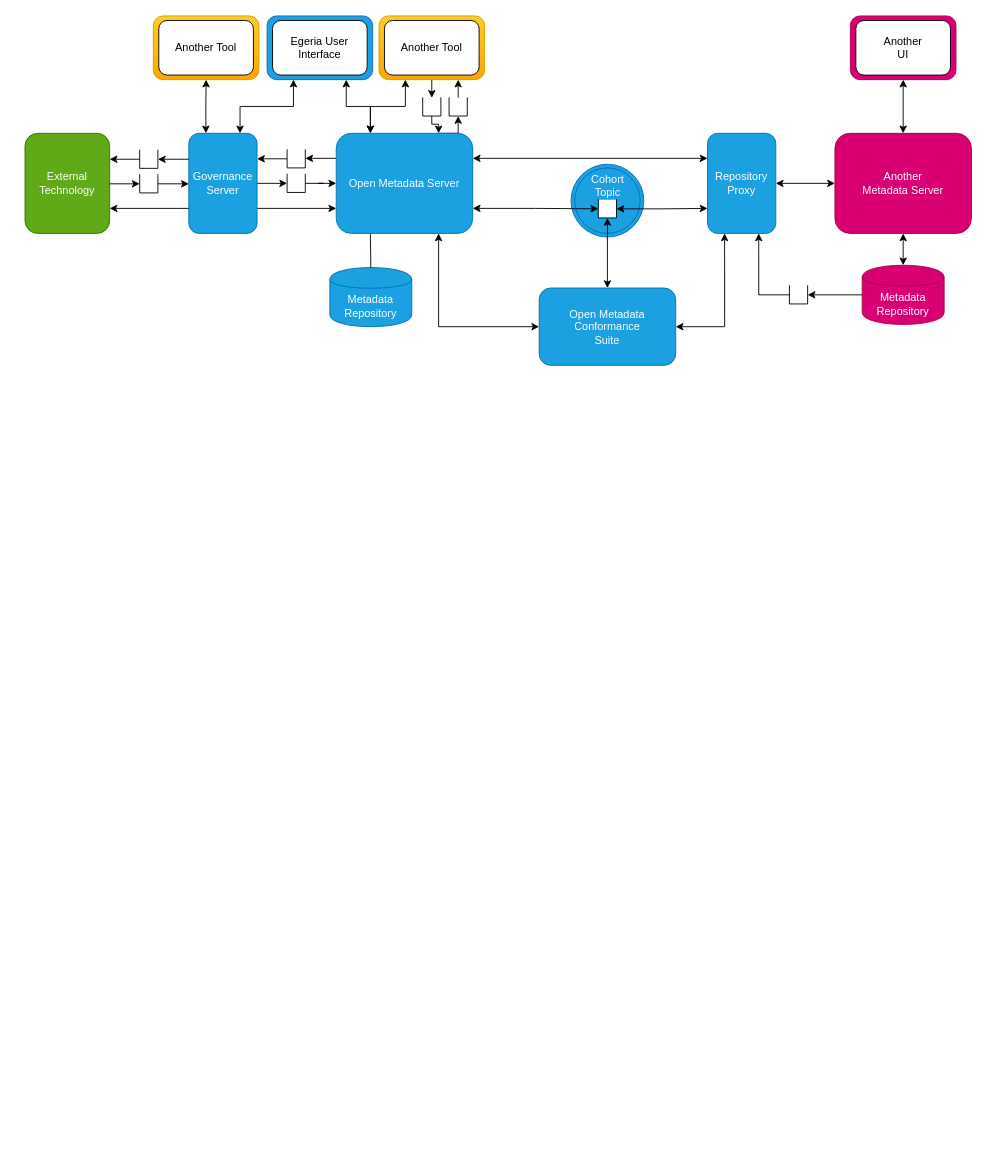
planetf1/egeria keeps this draw.io diagram as page "server-ecosystem" (6 of 19) of open-metadata-implementation/admin-services/docs/egeria-operations.drawio. Above is the earlier version. Source tidied: cells renumbered, new cells numbered last; positions are measured from the earlier drawing's top-left corner, leaving out a move shared by most shapes. Both pictures are drawn from the tidied source at 91%, with x=0, y=0 at pixel (25, 15).
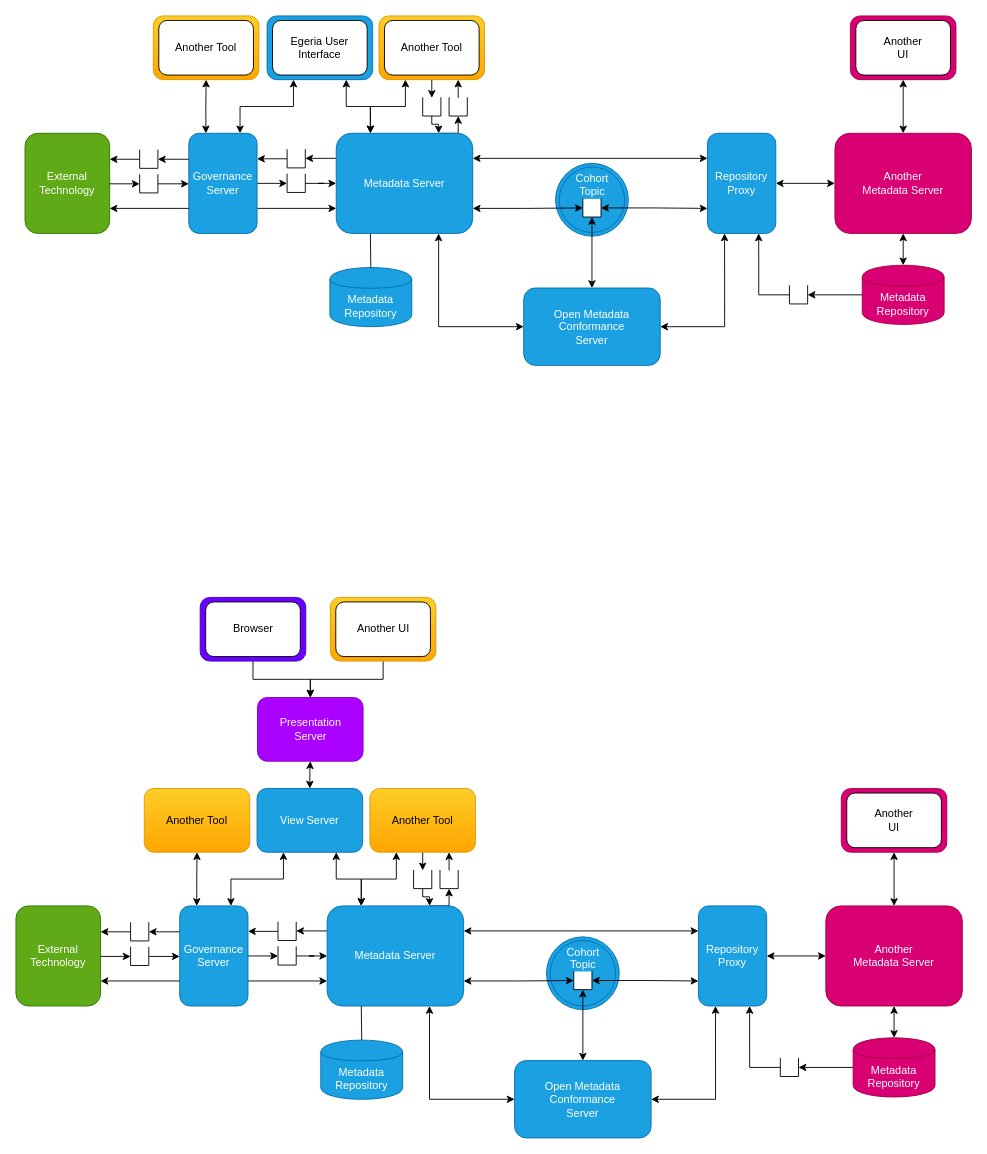
Above is the later version.

What changed in the source:
```diff
@@
-    <mxCell id="12" value="Open Metadata Server" style="rounded=1;whiteSpace=wrap;html=1;fillColor=#1ba1e2;strokeColor=#006EAF;fontColor=#ffffff;" parent="1" vertex="1">
+    <mxCell id="12" value="Metadata Server" style="rounded=1;whiteSpace=wrap;html=1;fillColor=#1ba1e2;strokeColor=#006EAF;fontColor=#ffffff;" parent="1" vertex="1">
       <mxGeometry x="342" y="129" width="150" height="110" as="geometry" />
     </mxCell>
@@
     <mxCell id="27" style="ellipse;shape=doubleEllipse;whiteSpace=wrap;html=1;fillColor=#1ba1e2;strokeColor=#006EAF;fontColor=#ffffff;" parent="1" vertex="1">
-      <mxGeometry x="600" y="163" width="80" height="80" as="geometry" />
+      <mxGeometry x="583" y="162" width="80" height="80" as="geometry" />
     </mxCell>
@@
     <mxCell id="29" style="shape=partialRectangle;whiteSpace=wrap;html=1;bottom=1;right=1;left=1;top=0;routingCenterX=-0.5;" parent="1" vertex="1">
-      <mxGeometry x="630" y="202" width="20" height="20" as="geometry" />
+      <mxGeometry x="613" y="201" width="20" height="20" as="geometry" />
     </mxCell>
@@
     <mxCell id="31" value="&lt;div style=&quot;text-align: center&quot;&gt;&lt;span&gt;Cohort&lt;/span&gt;&lt;/div&gt;&lt;div style=&quot;text-align: center&quot;&gt;&lt;span&gt;Topic&lt;/span&gt;&lt;/div&gt;" style="text;html=1;align=center;verticalAlign=top;spacingTop=-4;fontColor=#FFFFFF;" parent="1" vertex="1">
-      <mxGeometry x="615" y="170" width="50" height="30" as="geometry" />
+      <mxGeometry x="598" y="169" width="50" height="30" as="geometry" />
     </mxCell>
@@
-    <mxCell id="49" value="Open Metadata Conformance&lt;br&gt;Suite&lt;br&gt;" style="rounded=1;whiteSpace=wrap;html=1;fillColor=#1ba1e2;strokeColor=#006EAF;fontColor=#ffffff;" parent="1" vertex="1">
-      <mxGeometry x="565" y="299" width="150" height="85" as="geometry" />
+    <mxCell id="49" value="Open Metadata Conformance&lt;br&gt;Server" style="rounded=1;whiteSpace=wrap;html=1;fillColor=#1ba1e2;strokeColor=#006EAF;fontColor=#ffffff;" parent="1" vertex="1">
+      <mxGeometry x="548" y="299" width="150" height="85" as="geometry" />
     </mxCell>
@@
+    <mxCell id="58" style="edgeStyle=orthogonalEdgeStyle;rounded=0;jettySize=auto;html=1;entryX=0.25;entryY=0;entryDx=0;entryDy=0;startArrow=classic;startFill=1;endArrow=classic;endFill=1;exitX=0.75;exitY=1;exitDx=0;exitDy=0;" parent="1" edge="1" source="118" target="67">
+      <mxGeometry relative="1" as="geometry" />
+    </mxCell>
+    <mxCell id="59" style="edgeStyle=orthogonalEdgeStyle;rounded=0;jettySize=auto;html=1;exitX=0.25;exitY=1;exitDx=0;exitDy=0;startArrow=classic;startFill=1;endArrow=classic;endFill=1;entryX=0.75;entryY=0;entryDx=0;entryDy=0;" parent="1" edge="1" source="118" target="71">
+      <mxGeometry relative="1" as="geometry" />
+    </mxCell>
+    <mxCell id="60" value="Presentation&lt;br&gt;Server" style="rounded=1;whiteSpace=wrap;html=1;fillColor=#aa00ff;strokeColor=#7700CC;fontColor=#ffffff;" parent="1" vertex="1">
+      <mxGeometry x="255.5" y="749" width="116" height="70" as="geometry" />
+    </mxCell>
+    <mxCell id="61" value="Metadata&lt;br&gt;Repository&lt;br&gt;" style="shape=cylinder;whiteSpace=wrap;html=1;boundedLbl=1;backgroundOutline=1;fillColor=#1ba1e2;strokeColor=#006EAF;fontColor=#ffffff;" parent="1" vertex="1">
+      <mxGeometry x="325" y="1125.5" width="90" height="65" as="geometry" />
+    </mxCell>
+    <mxCell id="62" style="edgeStyle=orthogonalEdgeStyle;rounded=0;jettySize=auto;html=1;exitX=0.25;exitY=1;exitDx=0;exitDy=0;endArrow=none;endFill=0;entryX=0.5;entryY=0;entryDx=0;entryDy=0;" parent="1" edge="1" source="67" target="61">
+      <mxGeometry relative="1" as="geometry" />
+    </mxCell>
+    <mxCell id="63" style="edgeStyle=orthogonalEdgeStyle;rounded=0;jettySize=auto;html=1;exitX=0.75;exitY=0;exitDx=0;exitDy=0;entryX=0.5;entryY=1;entryDx=0;entryDy=0;endArrow=classic;endFill=1;" parent="1" edge="1" source="67" target="76">
+      <mxGeometry relative="1" as="geometry" />
+    </mxCell>
+    <mxCell id="64" style="edgeStyle=orthogonalEdgeStyle;rounded=0;jettySize=auto;html=1;exitX=0;exitY=0.25;exitDx=0;exitDy=0;entryX=1;entryY=0.5;entryDx=0;entryDy=0;endArrow=classic;endFill=1;" parent="1" edge="1" source="67" target="78">
+      <mxGeometry relative="1" as="geometry" />
+    </mxCell>
+    <mxCell id="65" style="edgeStyle=orthogonalEdgeStyle;rounded=0;jettySize=auto;html=1;entryX=0;entryY=0.25;entryDx=0;entryDy=0;startArrow=classic;startFill=1;endArrow=classic;endFill=1;exitX=1;exitY=0.25;exitDx=0;exitDy=0;" parent="1" edge="1" source="67" target="90">
+      <mxGeometry relative="1" as="geometry" />
+    </mxCell>
+    <mxCell id="66" style="edgeStyle=orthogonalEdgeStyle;rounded=0;jettySize=auto;html=1;exitX=0.75;exitY=0;exitDx=0;exitDy=0;entryX=0.5;entryY=1;entryDx=0;entryDy=0;startArrow=classic;startFill=1;endArrow=none;endFill=0;" parent="1" edge="1" source="67" target="103">
+      <mxGeometry relative="1" as="geometry">
+        <Array as="points">
+          <mxPoint x="445" y="968" />
+          <mxPoint x="437" y="968" />
+        </Array>
+      </mxGeometry>
+    </mxCell>
+    <mxCell id="67" value="Metadata Server" style="rounded=1;whiteSpace=wrap;html=1;fillColor=#1ba1e2;strokeColor=#006EAF;fontColor=#ffffff;" parent="1" vertex="1">
+      <mxGeometry x="332" y="978" width="150" height="110" as="geometry" />
+    </mxCell>
+    <mxCell id="68" style="edgeStyle=orthogonalEdgeStyle;rounded=0;jettySize=auto;html=1;exitX=1;exitY=0.5;exitDx=0;exitDy=0;entryX=0;entryY=0.5;entryDx=0;entryDy=0;endArrow=classic;endFill=1;" parent="1" edge="1" source="71" target="80">
+      <mxGeometry relative="1" as="geometry" />
+    </mxCell>
+    <mxCell id="69" style="edgeStyle=orthogonalEdgeStyle;rounded=0;jettySize=auto;html=1;exitX=1;exitY=0.75;exitDx=0;exitDy=0;entryX=0;entryY=0.75;entryDx=0;entryDy=0;endArrow=classic;endFill=1;" parent="1" edge="1" source="71" target="67">
+      <mxGeometry relative="1" as="geometry" />
+    </mxCell>
+    <mxCell id="70" style="edgeStyle=orthogonalEdgeStyle;rounded=0;jettySize=auto;html=1;exitX=0.25;exitY=0;exitDx=0;exitDy=0;entryX=0.5;entryY=1;entryDx=0;entryDy=0;startArrow=classic;startFill=1;endArrow=classic;endFill=1;" parent="1" edge="1" source="71" target="98">
+      <mxGeometry relative="1" as="geometry" />
+    </mxCell>
+    <mxCell id="71" value="Governance&lt;br&gt;Server" style="rounded=1;whiteSpace=wrap;html=1;fillColor=#1ba1e2;strokeColor=#006EAF;fontColor=#ffffff;" parent="1" vertex="1">
+      <mxGeometry x="170" y="978" width="75" height="110" as="geometry" />
+    </mxCell>
+    <mxCell id="72" style="edgeStyle=orthogonalEdgeStyle;rounded=0;jettySize=auto;html=1;exitX=0.25;exitY=1;exitDx=0;exitDy=0;entryX=0.25;entryY=0;entryDx=0;entryDy=0;startArrow=classic;startFill=1;endArrow=classic;endFill=1;" parent="1" edge="1" source="74" target="67">
+      <mxGeometry relative="1" as="geometry" />
+    </mxCell>
+    <mxCell id="73" style="edgeStyle=orthogonalEdgeStyle;rounded=0;jettySize=auto;html=1;exitX=0.5;exitY=1;exitDx=0;exitDy=0;entryX=0.5;entryY=0;entryDx=0;entryDy=0;startArrow=none;startFill=0;endArrow=classic;endFill=1;" parent="1" edge="1" source="74" target="103">
+      <mxGeometry relative="1" as="geometry" />
+    </mxCell>
+    <mxCell id="74" value="Another Tool" style="rounded=1;whiteSpace=wrap;html=1;gradientColor=#ffa500;fillColor=#ffcd28;strokeColor=#d79b00;" parent="1" vertex="1">
+      <mxGeometry x="379" y="849" width="116" height="70" as="geometry" />
+    </mxCell>
+    <mxCell id="75" style="edgeStyle=orthogonalEdgeStyle;rounded=0;jettySize=auto;html=1;exitX=0.5;exitY=0;exitDx=0;exitDy=0;entryX=0.75;entryY=1;entryDx=0;entryDy=0;endArrow=classic;endFill=1;" parent="1" edge="1" source="76" target="74">
+      <mxGeometry relative="1" as="geometry" />
+    </mxCell>
+    <mxCell id="76" style="shape=partialRectangle;whiteSpace=wrap;html=1;bottom=1;right=1;left=1;top=0;fillColor=none;routingCenterX=-0.5;" parent="1" vertex="1">
+      <mxGeometry x="456" y="939" width="20" height="20" as="geometry" />
+    </mxCell>
+    <mxCell id="77" style="edgeStyle=orthogonalEdgeStyle;rounded=0;jettySize=auto;html=1;exitX=0;exitY=0.5;exitDx=0;exitDy=0;entryX=1;entryY=0.25;entryDx=0;entryDy=0;endArrow=classic;endFill=1;" parent="1" edge="1" source="78" target="71">
+      <mxGeometry relative="1" as="geometry" />
+    </mxCell>
+    <mxCell id="78" style="shape=partialRectangle;whiteSpace=wrap;html=1;bottom=1;right=1;left=1;top=0;fillColor=none;routingCenterX=-0.5;" parent="1" vertex="1">
+      <mxGeometry x="278" y="996" width="20" height="20" as="geometry" />
+    </mxCell>
+    <mxCell id="79" style="edgeStyle=orthogonalEdgeStyle;rounded=0;jettySize=auto;html=1;exitX=1;exitY=0.5;exitDx=0;exitDy=0;endArrow=classic;endFill=1;" parent="1" edge="1" source="80" target="67">
+      <mxGeometry relative="1" as="geometry" />
+    </mxCell>
+    <mxCell id="80" style="shape=partialRectangle;whiteSpace=wrap;html=1;bottom=1;right=1;left=1;top=0;fillColor=none;routingCenterX=-0.5;" parent="1" vertex="1">
+      <mxGeometry x="278" y="1023" width="20" height="20" as="geometry" />
+    </mxCell>
+    <mxCell id="81" style="ellipse;shape=doubleEllipse;whiteSpace=wrap;html=1;fillColor=#1ba1e2;strokeColor=#006EAF;fontColor=#ffffff;" parent="1" vertex="1">
+      <mxGeometry x="573" y="1012" width="80" height="80" as="geometry" />
+    </mxCell>
+    <mxCell id="82" style="edgeStyle=orthogonalEdgeStyle;rounded=0;jettySize=auto;html=1;exitX=1;exitY=0.5;exitDx=0;exitDy=0;entryX=0;entryY=0.75;entryDx=0;entryDy=0;startArrow=classic;startFill=1;endArrow=classic;endFill=1;" parent="1" edge="1" source="83" target="90">
+      <mxGeometry relative="1" as="geometry" />
+    </mxCell>
+    <mxCell id="83" style="shape=partialRectangle;whiteSpace=wrap;html=1;bottom=1;right=1;left=1;top=0;routingCenterX=-0.5;" parent="1" vertex="1">
+      <mxGeometry x="603" y="1050" width="20" height="20" as="geometry" />
+    </mxCell>
+    <mxCell id="84" style="edgeStyle=orthogonalEdgeStyle;rounded=0;jettySize=auto;html=1;exitX=1;exitY=0.75;exitDx=0;exitDy=0;entryX=0;entryY=0.5;entryDx=0;entryDy=0;endArrow=classic;endFill=1;startArrow=classic;startFill=1;" parent="1" edge="1" source="67" target="83">
+      <mxGeometry relative="1" as="geometry" />
+    </mxCell>
+    <mxCell id="85" value="&lt;div style=&quot;text-align: center&quot;&gt;&lt;span&gt;Cohort&lt;/span&gt;&lt;/div&gt;&lt;div style=&quot;text-align: center&quot;&gt;&lt;span&gt;Topic&lt;/span&gt;&lt;/div&gt;" style="text;html=1;align=center;verticalAlign=top;spacingTop=-4;fontColor=#FFFFFF;" parent="1" vertex="1">
+      <mxGeometry x="588" y="1019" width="50" height="30" as="geometry" />
+    </mxCell>
+    <mxCell id="86" style="rounded=1;whiteSpace=wrap;html=1;fillColor=#d80073;strokeColor=#A50040;fontColor=#ffffff;" parent="1" vertex="1">
+      <mxGeometry x="897" y="849" width="116" height="70" as="geometry" />
+    </mxCell>
+    <mxCell id="87" value="Another&lt;br&gt;UI&lt;br&gt;" style="rounded=1;whiteSpace=wrap;html=1;" parent="1" vertex="1">
+      <mxGeometry x="903" y="854" width="104" height="60" as="geometry" />
+    </mxCell>
+    <mxCell id="88" value="External&lt;br&gt;Technology&lt;br&gt;" style="rounded=1;whiteSpace=wrap;html=1;fillColor=#60a917;strokeColor=#2D7600;fontColor=#ffffff;" parent="1" vertex="1">
+      <mxGeometry x="-10" y="978" width="93" height="110" as="geometry" />
+    </mxCell>
+    <mxCell id="89" style="edgeStyle=orthogonalEdgeStyle;rounded=0;jettySize=auto;html=1;exitX=1;exitY=0.5;exitDx=0;exitDy=0;startArrow=classic;startFill=1;endArrow=classic;endFill=1;" parent="1" edge="1" source="90" target="92">
+      <mxGeometry relative="1" as="geometry" />
+    </mxCell>
+    <mxCell id="90" value="Repository&lt;br&gt;Proxy&lt;br&gt;" style="rounded=1;whiteSpace=wrap;html=1;fillColor=#1ba1e2;strokeColor=#006EAF;fontColor=#ffffff;" parent="1" vertex="1">
+      <mxGeometry x="740" y="978" width="75" height="110" as="geometry" />
+    </mxCell>
+    <mxCell id="91" style="edgeStyle=orthogonalEdgeStyle;rounded=0;jettySize=auto;html=1;exitX=0.5;exitY=0;exitDx=0;exitDy=0;entryX=0.5;entryY=1;entryDx=0;entryDy=0;startArrow=classic;startFill=1;endArrow=classic;endFill=1;" parent="1" edge="1" source="92" target="86">
+      <mxGeometry relative="1" as="geometry" />
+    </mxCell>
+    <mxCell id="92" value="Another&lt;br&gt;Metadata Server" style="rounded=1;whiteSpace=wrap;html=1;fillColor=#d80073;strokeColor=#A50040;fontColor=#ffffff;" parent="1" vertex="1">
+      <mxGeometry x="880" y="978" width="150" height="110" as="geometry" />
+    </mxCell>
+    <mxCell id="93" style="edgeStyle=orthogonalEdgeStyle;rounded=0;jettySize=auto;html=1;exitX=0.5;exitY=0;exitDx=0;exitDy=0;entryX=0.5;entryY=1;entryDx=0;entryDy=0;startArrow=classic;startFill=1;endArrow=classic;endFill=1;" parent="1" edge="1" source="95" target="92">
+      <mxGeometry relative="1" as="geometry" />
+    </mxCell>
+    <mxCell id="94" style="edgeStyle=orthogonalEdgeStyle;rounded=0;jettySize=auto;html=1;exitX=0;exitY=0.5;exitDx=0;exitDy=0;entryX=1;entryY=0.5;entryDx=0;entryDy=0;startArrow=none;startFill=0;endArrow=classic;endFill=1;" parent="1" edge="1" source="95" target="97">
+      <mxGeometry relative="1" as="geometry" />
+    </mxCell>
+    <mxCell id="95" value="Metadata&lt;br&gt;Repository&lt;br&gt;" style="shape=cylinder;whiteSpace=wrap;html=1;boundedLbl=1;backgroundOutline=1;fillColor=#d80073;strokeColor=#A50040;fontColor=#ffffff;" parent="1" vertex="1">
+      <mxGeometry x="910" y="1123" width="90" height="65" as="geometry" />
+    </mxCell>
+    <mxCell id="96" style="edgeStyle=orthogonalEdgeStyle;rounded=0;jettySize=auto;html=1;exitX=0;exitY=0.5;exitDx=0;exitDy=0;entryX=0.75;entryY=1;entryDx=0;entryDy=0;startArrow=none;startFill=0;endArrow=classic;endFill=1;" parent="1" edge="1" source="97" target="90">
+      <mxGeometry relative="1" as="geometry" />
+    </mxCell>
+    <mxCell id="97" style="shape=partialRectangle;whiteSpace=wrap;html=1;bottom=1;right=1;left=1;top=0;fillColor=none;routingCenterX=-0.5;" parent="1" vertex="1">
+      <mxGeometry x="830" y="1145.5" width="20" height="20" as="geometry" />
+    </mxCell>
+    <mxCell id="98" value="Another Tool" style="rounded=1;whiteSpace=wrap;html=1;gradientColor=#ffa500;fillColor=#ffcd28;strokeColor=#d79b00;" parent="1" vertex="1">
+      <mxGeometry x="131" y="849" width="116" height="70" as="geometry" />
+    </mxCell>
+    <mxCell id="99" style="edgeStyle=orthogonalEdgeStyle;rounded=0;jettySize=auto;html=1;exitX=0.5;exitY=0;exitDx=0;exitDy=0;entryX=0.5;entryY=1;entryDx=0;entryDy=0;startArrow=classic;startFill=1;endArrow=classic;endFill=1;" parent="1" edge="1" source="102" target="83">
+      <mxGeometry relative="1" as="geometry" />
+    </mxCell>
+    <mxCell id="100" style="edgeStyle=orthogonalEdgeStyle;rounded=0;jettySize=auto;html=1;exitX=1;exitY=0.5;exitDx=0;exitDy=0;entryX=0.25;entryY=1;entryDx=0;entryDy=0;startArrow=classic;startFill=1;endArrow=classic;endFill=1;" parent="1" edge="1" source="102" target="90">
+      <mxGeometry relative="1" as="geometry" />
+    </mxCell>
+    <mxCell id="101" style="edgeStyle=orthogonalEdgeStyle;rounded=0;jettySize=auto;html=1;exitX=0;exitY=0.5;exitDx=0;exitDy=0;entryX=0.75;entryY=1;entryDx=0;entryDy=0;startArrow=classic;startFill=1;endArrow=classic;endFill=1;" parent="1" edge="1" source="102" target="67">
+      <mxGeometry relative="1" as="geometry" />
+    </mxCell>
+    <mxCell id="102" value="Open Metadata Conformance&lt;br&gt;Server" style="rounded=1;whiteSpace=wrap;html=1;fillColor=#1ba1e2;strokeColor=#006EAF;fontColor=#ffffff;" parent="1" vertex="1">
+      <mxGeometry x="538" y="1148" width="150" height="85" as="geometry" />
+    </mxCell>
+    <mxCell id="103" style="shape=partialRectangle;whiteSpace=wrap;html=1;bottom=1;right=1;left=1;top=0;fillColor=none;routingCenterX=-0.5;" parent="1" vertex="1">
+      <mxGeometry x="427" y="939" width="20" height="20" as="geometry" />
+    </mxCell>
+    <mxCell id="104" style="edgeStyle=orthogonalEdgeStyle;rounded=0;jettySize=auto;html=1;exitX=0;exitY=0.25;exitDx=0;exitDy=0;entryX=1;entryY=0.5;entryDx=0;entryDy=0;endArrow=classic;endFill=1;" parent="1" edge="1" target="108">
+      <mxGeometry relative="1" as="geometry">
+        <mxPoint x="170" y="1006.5" as="sourcePoint" />
+      </mxGeometry>
+    </mxCell>
+    <mxCell id="105" style="edgeStyle=orthogonalEdgeStyle;rounded=0;jettySize=auto;html=1;exitX=1;exitY=0.5;exitDx=0;exitDy=0;entryX=0;entryY=0.5;entryDx=0;entryDy=0;endArrow=classic;endFill=1;" parent="1" edge="1" target="110">
+      <mxGeometry relative="1" as="geometry">
+        <mxPoint x="83" y="1033.5" as="sourcePoint" />
+      </mxGeometry>
+    </mxCell>
+    <mxCell id="106" style="edgeStyle=orthogonalEdgeStyle;rounded=0;orthogonalLoop=1;jettySize=auto;html=1;exitX=1;exitY=0.75;exitDx=0;exitDy=0;entryX=0;entryY=0.75;entryDx=0;entryDy=0;endArrow=none;endFill=0;startArrow=classic;startFill=1;" parent="1" edge="1">
+      <mxGeometry relative="1" as="geometry">
+        <mxPoint x="83" y="1060.5" as="sourcePoint" />
+        <mxPoint x="170" y="1060.5" as="targetPoint" />
+      </mxGeometry>
+    </mxCell>
+    <mxCell id="107" style="edgeStyle=orthogonalEdgeStyle;rounded=0;jettySize=auto;html=1;exitX=0;exitY=0.5;exitDx=0;exitDy=0;entryX=1;entryY=0.25;entryDx=0;entryDy=0;endArrow=classic;endFill=1;" parent="1" edge="1" source="108">
+      <mxGeometry relative="1" as="geometry">
+        <mxPoint x="83" y="1007" as="targetPoint" />
+      </mxGeometry>
+    </mxCell>
+    <mxCell id="108" style="shape=partialRectangle;whiteSpace=wrap;html=1;bottom=1;right=1;left=1;top=0;fillColor=none;routingCenterX=-0.5;" parent="1" vertex="1">
+      <mxGeometry x="116" y="996.5" width="20" height="20" as="geometry" />
+    </mxCell>
+    <mxCell id="109" style="edgeStyle=orthogonalEdgeStyle;rounded=0;jettySize=auto;html=1;exitX=1;exitY=0.5;exitDx=0;exitDy=0;endArrow=classic;endFill=1;" parent="1" edge="1" source="110">
+      <mxGeometry relative="1" as="geometry">
+        <mxPoint x="170" y="1034" as="targetPoint" />
+      </mxGeometry>
+    </mxCell>
+    <mxCell id="110" style="shape=partialRectangle;whiteSpace=wrap;html=1;bottom=1;right=1;left=1;top=0;fillColor=none;routingCenterX=-0.5;" parent="1" vertex="1">
+      <mxGeometry x="116" y="1023.5" width="20" height="20" as="geometry" />
+    </mxCell>
+    <mxCell id="111" style="edgeStyle=orthogonalEdgeStyle;rounded=0;jettySize=auto;html=1;entryX=0.5;entryY=0;entryDx=0;entryDy=0;" parent="1" edge="1" source="112" target="60">
+      <mxGeometry relative="1" as="geometry" />
+    </mxCell>
+    <mxCell id="112" style="rounded=1;whiteSpace=wrap;html=1;fillColor=#6a00ff;strokeColor=#3700CC;fontColor=#ffffff;" parent="1" vertex="1">
+      <mxGeometry x="192.5" y="639" width="116" height="70" as="geometry" />
+    </mxCell>
+    <mxCell id="113" value="Browser" style="rounded=1;whiteSpace=wrap;html=1;" parent="1" vertex="1">
+      <mxGeometry x="198.5" y="644" width="104" height="60" as="geometry" />
+    </mxCell>
+    <mxCell id="114" style="edgeStyle=orthogonalEdgeStyle;rounded=0;jettySize=auto;html=1;exitX=0.5;exitY=1;exitDx=0;exitDy=0;" parent="1" edge="1" source="115" target="60">
+      <mxGeometry relative="1" as="geometry" />
+    </mxCell>
+    <mxCell id="115" style="rounded=1;whiteSpace=wrap;html=1;gradientColor=#ffa500;fillColor=#ffcd28;strokeColor=#d79b00;" parent="1" vertex="1">
+      <mxGeometry x="335.5" y="639" width="116" height="70" as="geometry" />
+    </mxCell>
+    <mxCell id="116" value="Another UI" style="rounded=1;whiteSpace=wrap;html=1;" parent="1" vertex="1">
+      <mxGeometry x="341.5" y="644" width="104" height="60" as="geometry" />
+    </mxCell>
+    <mxCell id="117" style="edgeStyle=orthogonalEdgeStyle;rounded=0;jettySize=auto;html=1;exitX=0.5;exitY=0;exitDx=0;exitDy=0;startArrow=classic;startFill=1;endArrow=classic;endFill=1;" parent="1" edge="1" source="118" target="60">
+      <mxGeometry relative="1" as="geometry" />
+    </mxCell>
+    <mxCell id="118" value="View Server" style="rounded=1;whiteSpace=wrap;html=1;fillColor=#1ba1e2;strokeColor=#006EAF;fontColor=#ffffff;" parent="1" vertex="1">
+      <mxGeometry x="255" y="849" width="116" height="70" as="geometry" />
+    </mxCell>
```
